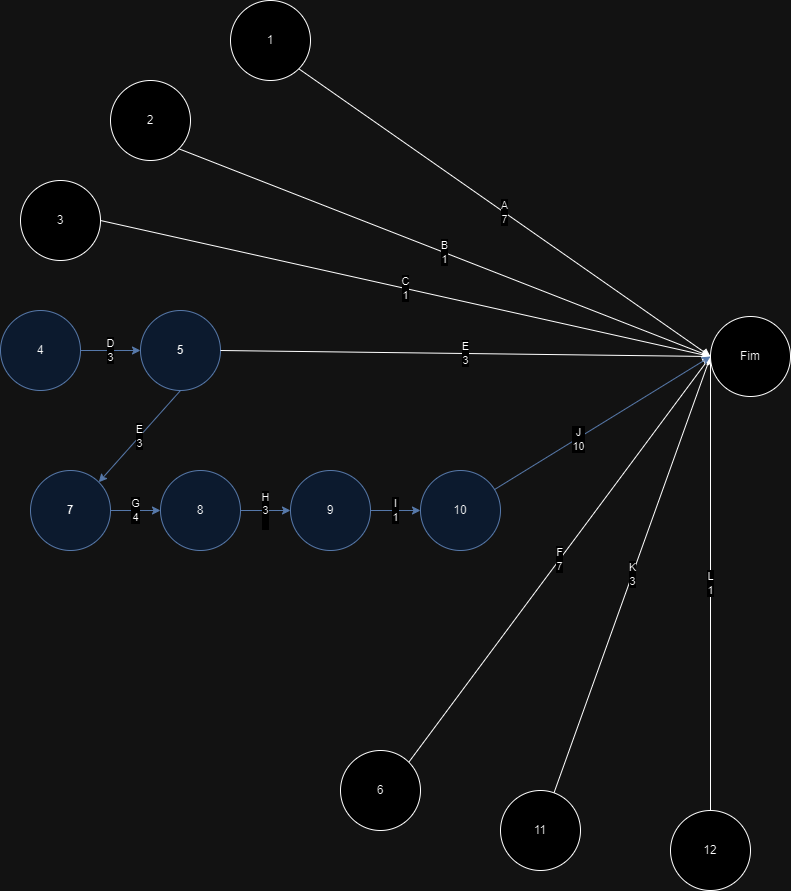
This is docs/Pert e CPM.png from fefemattoso/EPONA, a draw.io export, as it was before one commit. Source tidied: cells renumbered, new cells last; positions are measured from the earlier drawing's top-left corner, leaving out a move shared by most shapes.
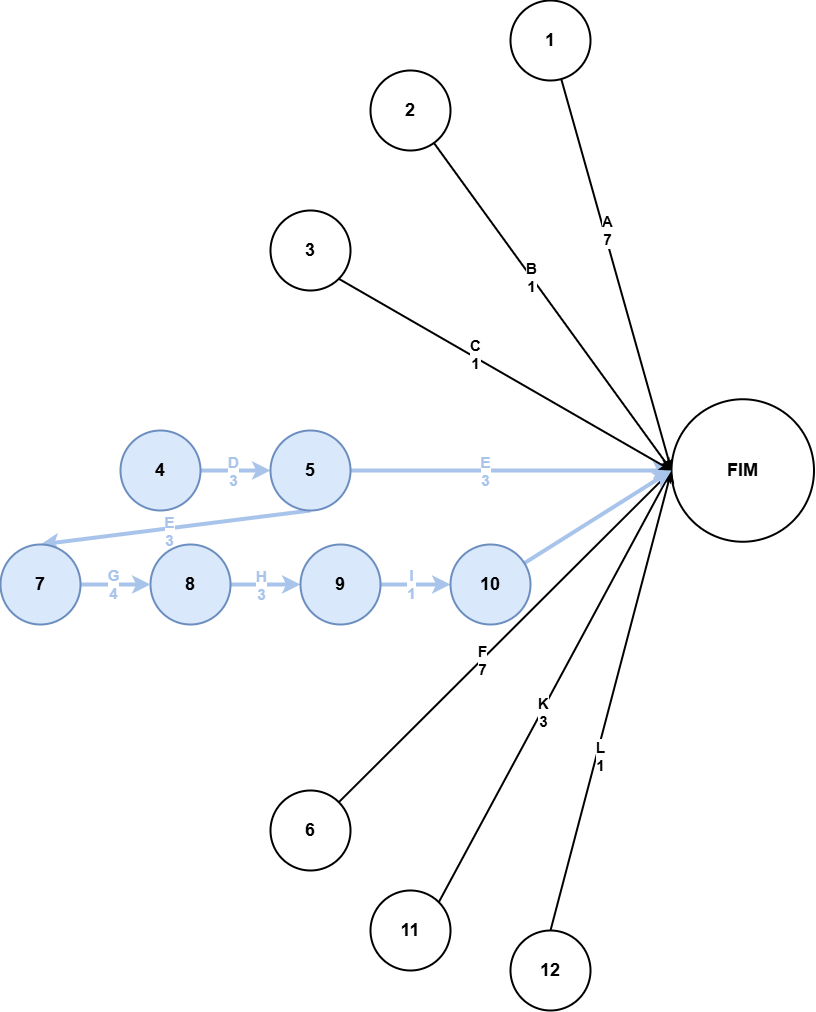
Above is the later version.

What changed in the source:
```diff
@@ -2,86 +2,133 @@
   <root>
     <mxCell id="0" />
     <mxCell id="1" parent="0" />
+    <mxCell id="29" style="rounded=0;jettySize=auto;html=1;entryX=0;entryY=0.5;entryDx=0;entryDy=0;strokeWidth=2;" parent="1" edge="1" source="5" target="37">
+      <mxGeometry relative="1" as="geometry" />
+    </mxCell>
+    <mxCell id="4" value="B&lt;div&gt;1&lt;/div&gt;" style="edgeLabel;html=1;align=center;verticalAlign=middle;fontSize=15;fontStyle=1;" parent="29" vertex="1">
+      <mxGeometry x="-0.19" relative="1" as="geometry" />
+    </mxCell>
+    <mxCell id="5" value="2" style="ellipse;whiteSpace=wrap;html=1;fontSize=18;fontStyle=1;strokeWidth=2;" parent="1" vertex="1">
+      <mxGeometry x="-2520" y="-70" width="80" height="80" as="geometry" />
+    </mxCell>
+    <mxCell id="30" style="rounded=0;jettySize=auto;html=1;entryX=0;entryY=0.5;entryDx=0;entryDy=0;strokeWidth=2;" parent="1" edge="1" source="3" target="37">
+      <mxGeometry relative="1" as="geometry" />
+    </mxCell>
-    <mxCell id="2" value="A&lt;div&gt;7&lt;/div&gt;" style="rounded=0;jettySize=auto;html=1;exitX=1;exitY=1;exitDx=0;exitDy=0;entryX=0;entryY=0.5;entryDx=0;entryDy=0;" parent="1" edge="1" source="3" target="25">
-      <mxGeometry relative="1" as="geometry" />
+    <mxCell id="2" value="A&lt;div&gt;7&lt;/div&gt;" style="edgeLabel;html=1;align=center;verticalAlign=middle;fontSize=15;fontStyle=1;" parent="30" vertex="1">
+      <mxGeometry x="-0.16" y="1" relative="1" as="geometry">
+        <mxPoint x="-2" y="-13" as="offset" />
+      </mxGeometry>
     </mxCell>
-    <mxCell id="3" value="1" style="ellipse;whiteSpace=wrap;html=1;" parent="1" vertex="1">
-      <mxGeometry x="230" width="80" height="80" as="geometry" />
+    <mxCell id="3" value="1" style="ellipse;whiteSpace=wrap;html=1;fontSize=18;fontStyle=1;strokeWidth=2;" parent="1" vertex="1">
+      <mxGeometry x="-2380" y="-140" width="80" height="80" as="geometry" />
     </mxCell>
-    <mxCell id="4" value="&lt;div&gt;B&lt;/div&gt;&lt;div&gt;1&lt;/div&gt;" style="rounded=0;jettySize=auto;html=1;exitX=1;exitY=1;exitDx=0;exitDy=0;entryX=0;entryY=0.5;entryDx=0;entryDy=0;" parent="1" edge="1" source="5" target="25">
-      <mxGeometry relative="1" as="geometry" />
-    </mxCell>
-    <mxCell id="5" value="2" style="ellipse;whiteSpace=wrap;html=1;" parent="1" vertex="1">
-      <mxGeometry x="110" y="80" width="80" height="80" as="geometry" />
-    </mxCell>
-    <mxCell id="6" value="&lt;div&gt;C&lt;/div&gt;&lt;div&gt;1&lt;/div&gt;" style="rounded=0;jettySize=auto;html=1;exitX=1;exitY=0.5;exitDx=0;exitDy=0;entryX=0;entryY=0.5;entryDx=0;entryDy=0;" parent="1" edge="1" source="7" target="25">
-      <mxGeometry relative="1" as="geometry" />
-    </mxCell>
-    <mxCell id="7" value="3" style="ellipse;whiteSpace=wrap;html=1;" parent="1" vertex="1">
-      <mxGeometry x="20" y="180" width="80" height="80" as="geometry" />
-    </mxCell>
+    <mxCell id="31" style="rounded=0;jettySize=auto;html=1;entryX=0;entryY=0.5;entryDx=0;entryDy=0;strokeWidth=4;strokeColor=#A9C4EB;" parent="1" edge="1" source="9" target="11">
+      <mxGeometry relative="1" as="geometry" />
+    </mxCell>
-    <mxCell id="8" value="&lt;div&gt;D&lt;br&gt;&lt;/div&gt;&lt;div&gt;3&lt;/div&gt;" style="rounded=0;jettySize=auto;html=1;entryX=0;entryY=0.5;entryDx=0;entryDy=0;exitX=1;exitY=0.5;exitDx=0;exitDy=0;fillColor=#dae8fc;strokeColor=#6c8ebf;" parent="1" edge="1" source="9" target="11">
-      <mxGeometry relative="1" as="geometry" />
+    <mxCell id="8" value="D&lt;div&gt;3&lt;/div&gt;" style="edgeLabel;html=1;align=center;verticalAlign=middle;fontSize=15;fontStyle=1;fontColor=#A9C4EB;" parent="31" vertex="1">
+      <mxGeometry x="-0.17" relative="1" as="geometry">
+        <mxPoint x="4" as="offset" />
+      </mxGeometry>
     </mxCell>
-    <mxCell id="9" value="4" style="ellipse;whiteSpace=wrap;html=1;fillColor=#dae8fc;strokeColor=#6c8ebf;" parent="1" vertex="1">
-      <mxGeometry y="310" width="80" height="80" as="geometry" />
+    <mxCell id="9" value="4" style="ellipse;whiteSpace=wrap;html=1;fontSize=18;fontStyle=1;strokeWidth=2;fillColor=#dae8fc;strokeColor=#6c8ebf;" parent="1" vertex="1">
+      <mxGeometry x="-2770" y="290" width="80" height="80" as="geometry" />
     </mxCell>
-    <mxCell id="10" value="E&lt;div&gt;3&lt;/div&gt;" style="rounded=0;jettySize=auto;html=1;exitX=0.5;exitY=1;exitDx=0;exitDy=0;entryX=1;entryY=0;entryDx=0;entryDy=0;fillColor=#dae8fc;strokeColor=#6c8ebf;" parent="1" edge="1" source="11" target="15">
+    <mxCell id="10" style="rounded=0;jettySize=auto;html=1;exitX=0.5;exitY=1;exitDx=0;exitDy=0;entryX=0.5;entryY=0;entryDx=0;entryDy=0;strokeWidth=4;strokeColor=#A9C4EB;" parent="1" edge="1" source="11" target="15">
       <mxGeometry relative="1" as="geometry" />
     </mxCell>
+    <mxCell id="32" value="E&lt;div&gt;3&lt;/div&gt;" style="edgeLabel;html=1;align=center;verticalAlign=middle;fontSize=15;fontStyle=1;fontColor=#A9C4EB;" parent="10" vertex="1">
+      <mxGeometry x="-0.05" relative="1" as="geometry">
+        <mxPoint x="-13" y="4" as="offset" />
+      </mxGeometry>
+    </mxCell>
+    <mxCell id="33" style="rounded=0;jettySize=auto;html=1;exitX=1;exitY=0.5;exitDx=0;exitDy=0;entryX=0;entryY=0.5;entryDx=0;entryDy=0;strokeWidth=4;strokeColor=#A9C4EB;" parent="1" edge="1" source="11" target="37">
+      <mxGeometry relative="1" as="geometry">
+        <Array as="points">
+          <mxPoint x="-2330" y="330" />
+        </Array>
+      </mxGeometry>
+    </mxCell>
+    <mxCell id="34" value="E&lt;div&gt;3&lt;/div&gt;" style="edgeLabel;html=1;align=center;verticalAlign=middle;fontSize=15;fontStyle=1;fontColor=#A9C4EB;" parent="33" vertex="1">
+      <mxGeometry x="-0.05" y="1" relative="1" as="geometry">
+        <mxPoint x="-18" y="1" as="offset" />
+      </mxGeometry>
+    </mxCell>
-    <mxCell id="11" value="5" style="ellipse;whiteSpace=wrap;html=1;fontStyle=1;fillColor=#dae8fc;strokeColor=#6c8ebf;" parent="1" vertex="1">
-      <mxGeometry x="140" y="310" width="80" height="80" as="geometry" />
+    <mxCell id="11" value="5" style="ellipse;whiteSpace=wrap;html=1;fontSize=18;fontStyle=1;strokeWidth=2;fillColor=#dae8fc;strokeColor=#6c8ebf;" parent="1" vertex="1">
+      <mxGeometry x="-2620" y="290" width="80" height="80" as="geometry" />
     </mxCell>
+    <mxCell id="35" style="rounded=0;jettySize=auto;html=1;exitX=1;exitY=1;exitDx=0;exitDy=0;entryX=0;entryY=0.5;entryDx=0;entryDy=0;strokeWidth=2;" parent="1" edge="1" source="7" target="37">
+      <mxGeometry relative="1" as="geometry" />
+    </mxCell>
+    <mxCell id="6" value="C&lt;div&gt;1&lt;/div&gt;" style="edgeLabel;html=1;align=center;verticalAlign=middle;fontSize=15;fontStyle=1;" parent="35" vertex="1">
+      <mxGeometry x="-0.19" y="3" relative="1" as="geometry" />
+    </mxCell>
+    <mxCell id="7" value="3" style="ellipse;whiteSpace=wrap;html=1;fontSize=18;fontStyle=1;strokeWidth=2;" parent="1" vertex="1">
+      <mxGeometry x="-2620" y="70" width="80" height="80" as="geometry" />
+    </mxCell>
+    <mxCell id="36" style="rounded=0;jettySize=auto;html=1;exitX=1;exitY=0;exitDx=0;exitDy=0;entryX=0;entryY=0.5;entryDx=0;entryDy=0;strokeWidth=2;" parent="1" edge="1" source="22" target="37">
+      <mxGeometry relative="1" as="geometry" />
+    </mxCell>
+    <mxCell id="21" value="K&lt;div&gt;3&lt;/div&gt;" style="edgeLabel;html=1;align=center;verticalAlign=middle;fontSize=15;fontStyle=1;" parent="36" vertex="1">
+      <mxGeometry x="-0.12" y="-1" relative="1" as="geometry" />
+    </mxCell>
+    <mxCell id="22" value="11" style="ellipse;whiteSpace=wrap;html=1;fontSize=18;fontStyle=1;strokeWidth=2;" parent="1" vertex="1">
+      <mxGeometry x="-2520" y="750" width="80" height="80" as="geometry" />
+    </mxCell>
+    <mxCell id="37" value="FIM" style="ellipse;whiteSpace=wrap;html=1;fontSize=18;fontStyle=1;strokeWidth=2;" parent="1" vertex="1">
+      <mxGeometry x="-2219" y="258.8" width="142.5" height="142.5" as="geometry" />
+    </mxCell>
+    <mxCell id="38" style="rounded=0;jettySize=auto;html=1;exitX=0.5;exitY=0;exitDx=0;exitDy=0;entryX=0;entryY=0.5;entryDx=0;entryDy=0;strokeWidth=2;fontSize=15;fontStyle=1;" parent="1" edge="1" source="24" target="37">
+      <mxGeometry relative="1" as="geometry" />
+    </mxCell>
+    <mxCell id="23" value="L&lt;div&gt;1&lt;/div&gt;" style="edgeLabel;html=1;align=center;verticalAlign=middle;fontSize=15;fontStyle=1;" parent="38" vertex="1">
+      <mxGeometry x="-0.24" y="-3" relative="1" as="geometry" />
+    </mxCell>
+    <mxCell id="24" value="12" style="ellipse;whiteSpace=wrap;html=1;fontSize=18;fontStyle=1;strokeWidth=2;" parent="1" vertex="1">
+      <mxGeometry x="-2380" y="790" width="80" height="80" as="geometry" />
+    </mxCell>
+    <mxCell id="39" style="rounded=0;jettySize=auto;html=1;exitX=1;exitY=0.5;exitDx=0;exitDy=0;entryX=0;entryY=0.5;entryDx=0;entryDy=0;strokeWidth=4;strokeColor=#A9C4EB;" parent="1" edge="1" source="18" target="20">
+      <mxGeometry relative="1" as="geometry" />
+    </mxCell>
+    <mxCell id="17" value="H&lt;div&gt;3&lt;/div&gt;" style="edgeLabel;html=1;align=center;verticalAlign=middle;fontSize=15;fontStyle=1;fontColor=#A9C4EB;" parent="39" vertex="1">
+      <mxGeometry x="-0.19" y="-1" relative="1" as="geometry">
+        <mxPoint x="2" y="-1" as="offset" />
+      </mxGeometry>
+    </mxCell>
+    <mxCell id="18" value="8" style="ellipse;whiteSpace=wrap;html=1;fontSize=18;fontStyle=1;strokeWidth=2;fillColor=#dae8fc;strokeColor=#6c8ebf;" parent="1" vertex="1">
+      <mxGeometry x="-2740" y="404" width="80" height="80" as="geometry" />
+    </mxCell>
+    <mxCell id="40" style="rounded=0;jettySize=auto;html=1;exitX=1;exitY=0;exitDx=0;exitDy=0;entryX=0;entryY=0.5;entryDx=0;entryDy=0;strokeWidth=2;" parent="1" edge="1" source="13" target="37">
+      <mxGeometry relative="1" as="geometry" />
+    </mxCell>
-    <mxCell id="12" value="F&lt;div&gt;7&lt;/div&gt;" style="rounded=0;jettySize=auto;html=1;exitX=1;exitY=0;exitDx=0;exitDy=0;entryX=0;entryY=0.5;entryDx=0;entryDy=0;" parent="1" edge="1" source="13" target="25">
-      <mxGeometry relative="1" as="geometry" />
+    <mxCell id="12" value="F&lt;div&gt;7&lt;/div&gt;" style="edgeLabel;html=1;align=center;verticalAlign=middle;fontSize=15;fontStyle=1;" parent="40" vertex="1">
+      <mxGeometry x="-0.14" relative="1" as="geometry" />
     </mxCell>
-    <mxCell id="13" value="6" style="ellipse;whiteSpace=wrap;html=1;" parent="1" vertex="1">
-      <mxGeometry x="340" y="750" width="80" height="80" as="geometry" />
+    <mxCell id="13" value="6" style="ellipse;whiteSpace=wrap;html=1;fontSize=18;fontStyle=1;strokeWidth=2;" parent="1" vertex="1">
+      <mxGeometry x="-2620" y="650" width="80" height="80" as="geometry" />
     </mxCell>
+    <mxCell id="41" style="rounded=0;jettySize=auto;html=1;exitX=1;exitY=0.5;exitDx=0;exitDy=0;entryX=0;entryY=0.5;entryDx=0;entryDy=0;strokeWidth=4;strokeColor=#A9C4EB;" parent="1" edge="1" source="15" target="18">
+      <mxGeometry relative="1" as="geometry" />
+    </mxCell>
-    <mxCell id="14" value="G&lt;div&gt;4&lt;/div&gt;" style="rounded=0;jettySize=auto;html=1;entryX=0;entryY=0.5;entryDx=0;entryDy=0;exitX=1;exitY=0.5;exitDx=0;exitDy=0;fillColor=#dae8fc;strokeColor=#6c8ebf;" parent="1" edge="1" source="15" target="18">
-      <mxGeometry relative="1" as="geometry" />
+    <mxCell id="14" value="G&lt;div&gt;4&lt;/div&gt;" style="edgeLabel;html=1;align=center;verticalAlign=middle;fontSize=15;fontStyle=1;fontColor=#A9C4EB;" parent="41" vertex="1">
+      <mxGeometry x="-0.1" y="1" relative="1" as="geometry" />
     </mxCell>
-    <mxCell id="15" value="7" style="ellipse;whiteSpace=wrap;html=1;fontStyle=1;fillColor=#dae8fc;strokeColor=#6c8ebf;" parent="1" vertex="1">
-      <mxGeometry x="30" y="470" width="80" height="80" as="geometry" />
+    <mxCell id="15" value="7" style="ellipse;whiteSpace=wrap;html=1;fontSize=18;fontStyle=1;strokeWidth=2;fillColor=#dae8fc;strokeColor=#6c8ebf;" parent="1" vertex="1">
+      <mxGeometry x="-2890" y="404" width="80" height="80" as="geometry" />
     </mxCell>
-    <mxCell id="16" value="E&lt;div&gt;3&lt;/div&gt;" style="rounded=0;jettySize=auto;html=1;exitX=1;exitY=0.5;exitDx=0;exitDy=0;entryX=0;entryY=0.5;entryDx=0;entryDy=0;" parent="1" edge="1" source="11" target="25">
-      <mxGeometry relative="1" as="geometry" />
-    </mxCell>
-    <mxCell id="17" value="H&lt;div&gt;3&lt;/div&gt;&lt;div&gt;&lt;br&gt;&lt;/div&gt;" style="rounded=0;jettySize=auto;html=1;entryX=0;entryY=0.5;entryDx=0;entryDy=0;fillColor=#dae8fc;strokeColor=#6c8ebf;" parent="1" edge="1" source="18" target="20">
-      <mxGeometry relative="1" as="geometry" />
-    </mxCell>
-    <mxCell id="18" value="8" style="ellipse;whiteSpace=wrap;html=1;fillColor=#dae8fc;strokeColor=#6c8ebf;" parent="1" vertex="1">
-      <mxGeometry x="160" y="470" width="80" height="80" as="geometry" />
-    </mxCell>
+    <mxCell id="42" style="rounded=0;jettySize=auto;html=1;entryX=0;entryY=0.5;entryDx=0;entryDy=0;strokeWidth=4;strokeColor=#A9C4EB;" parent="1" edge="1" source="20" target="28">
+      <mxGeometry relative="1" as="geometry" />
+    </mxCell>
-    <mxCell id="19" value="I&lt;div&gt;1&lt;/div&gt;" style="rounded=0;jettySize=auto;html=1;entryX=0;entryY=0.5;entryDx=0;entryDy=0;fillColor=#dae8fc;strokeColor=#6c8ebf;" parent="1" edge="1" source="20" target="28">
-      <mxGeometry relative="1" as="geometry" />
+    <mxCell id="19" value="I&lt;div&gt;1&lt;/div&gt;" style="edgeLabel;html=1;align=center;verticalAlign=middle;fontSize=15;fontStyle=1;fontColor=#A9C4EB;" parent="42" vertex="1">
+      <mxGeometry x="-0.14" y="1" relative="1" as="geometry" />
     </mxCell>
-    <mxCell id="20" value="9" style="ellipse;whiteSpace=wrap;html=1;fillColor=#dae8fc;strokeColor=#6c8ebf;" parent="1" vertex="1">
-      <mxGeometry x="290" y="470" width="80" height="80" as="geometry" />
+    <mxCell id="20" value="9" style="ellipse;whiteSpace=wrap;html=1;fontSize=18;fontStyle=1;strokeWidth=2;fillColor=#dae8fc;strokeColor=#6c8ebf;" parent="1" vertex="1">
+      <mxGeometry x="-2590" y="404" width="80" height="80" as="geometry" />
     </mxCell>
-    <mxCell id="21" value="K&lt;div&gt;3&lt;/div&gt;" style="rounded=0;jettySize=auto;html=1;entryX=0;entryY=0.5;entryDx=0;entryDy=0;" parent="1" edge="1" source="22" target="25">
-      <mxGeometry relative="1" as="geometry" />
-    </mxCell>
-    <mxCell id="22" value="11" style="ellipse;whiteSpace=wrap;html=1;" parent="1" vertex="1">
-      <mxGeometry x="500" y="790" width="80" height="80" as="geometry" />
-    </mxCell>
-    <mxCell id="23" value="L&lt;div&gt;1&lt;/div&gt;" style="rounded=0;jettySize=auto;html=1;entryX=0;entryY=0.5;entryDx=0;entryDy=0;" parent="1" edge="1" source="24" target="25">
-      <mxGeometry relative="1" as="geometry" />
-    </mxCell>
-    <mxCell id="24" value="12" style="ellipse;whiteSpace=wrap;html=1;" parent="1" vertex="1">
-      <mxGeometry x="670" y="810" width="80" height="80" as="geometry" />
-    </mxCell>
-    <mxCell id="25" value="Fim" style="ellipse;whiteSpace=wrap;html=1;" parent="1" vertex="1">
-      <mxGeometry x="710" y="316" width="80" height="80" as="geometry" />
-    </mxCell>
-    <mxCell id="26" style="rounded=0;jettySize=auto;html=1;entryX=0;entryY=0.5;entryDx=0;entryDy=0;fillColor=#dae8fc;strokeColor=#6c8ebf;" parent="1" edge="1" source="28" target="25">
-      <mxGeometry relative="1" as="geometry" />
-    </mxCell>
-    <mxCell id="27" value="J&lt;div&gt;10&lt;/div&gt;" style="edgeLabel;html=1;align=center;verticalAlign=middle;" parent="26" vertex="1">
-      <mxGeometry x="-0.24" y="-1" relative="1" as="geometry" />
-    </mxCell>
+    <mxCell id="43" style="rounded=0;jettySize=auto;html=1;entryX=0;entryY=0.5;entryDx=0;entryDy=0;strokeWidth=4;strokeColor=#A9C4EB;" parent="1" edge="1" source="28" target="37">
+      <mxGeometry relative="1" as="geometry" />
+    </mxCell>
-    <mxCell id="28" value="10" style="ellipse;whiteSpace=wrap;html=1;fillColor=#dae8fc;strokeColor=#6c8ebf;" parent="1" vertex="1">
-      <mxGeometry x="420" y="470" width="80" height="80" as="geometry" />
+    <mxCell id="28" value="10" style="ellipse;whiteSpace=wrap;html=1;fontSize=18;fontStyle=1;strokeWidth=2;fillColor=#dae8fc;strokeColor=#6c8ebf;" parent="1" vertex="1">
+      <mxGeometry x="-2440" y="404" width="80" height="80" as="geometry" />
     </mxCell>
   </root>
 </mxGraphModel>
```
